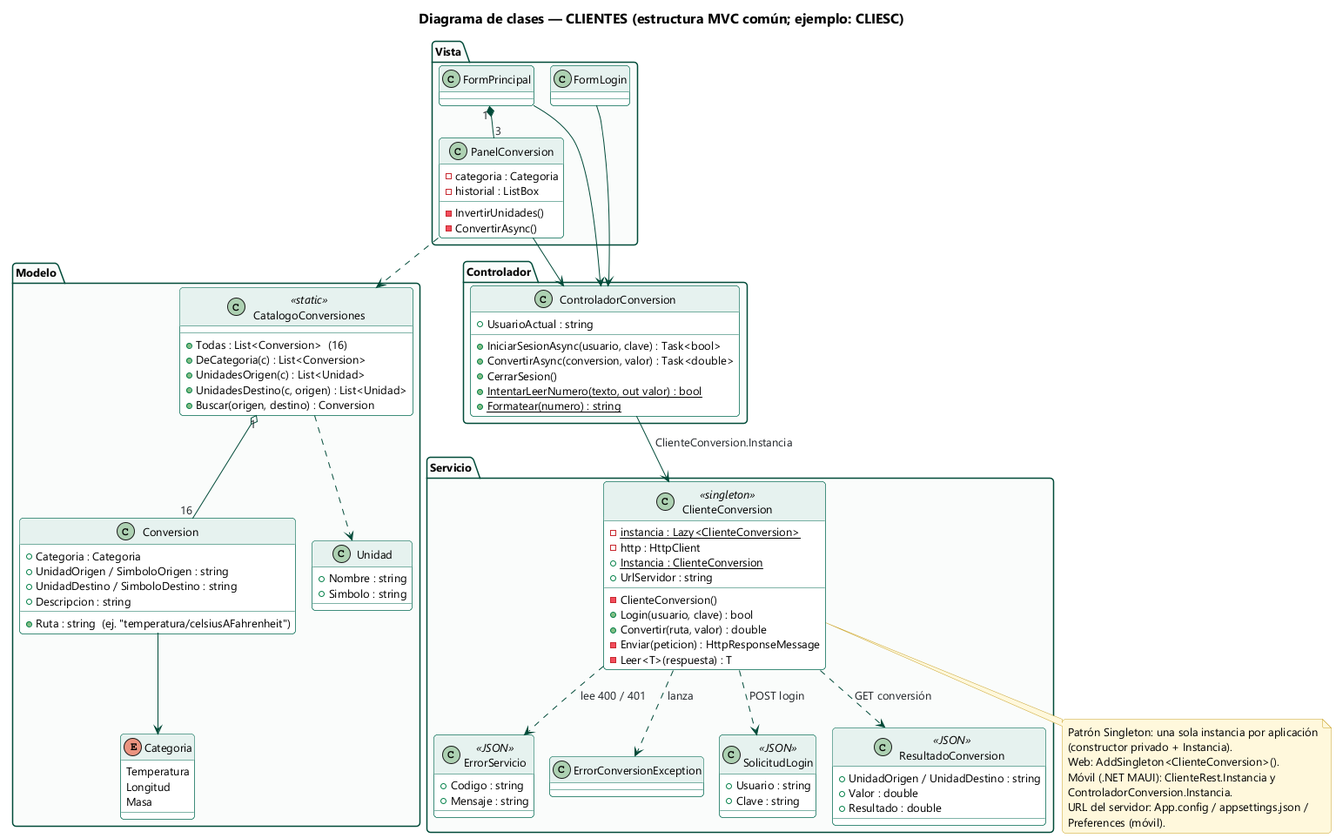
Before: 01. UML/03. DIAGRAMAS/04_CLASES/DC_Clientes.png, a diagram exported from PlantUML (jsmasapanta/TI.1.4-PAO202651_RESTFUL_DOTNET_SINBDD_NRC36884_GR01). The source it was exported from:
```plantuml
@startuml DC_Clientes
!include ../_estilo.iuml
title Diagrama de clases — CLIENTES (estructura MVC común; ejemplo: CLIESC)

package "Modelo" {
  enum Categoria {
    Temperatura
    Longitud
    Masa
  }
  class Unidad {
    + Nombre : string
    + Simbolo : string
  }
  class Conversion {
    + Categoria : Categoria
    + UnidadOrigen / SimboloOrigen : string
    + UnidadDestino / SimboloDestino : string
    + Ruta : string  (ej. "temperatura/celsiusAFahrenheit")
    + Descripcion : string
  }
  class CatalogoConversiones <<static>> {
    + Todas : List<Conversion>  (16)
    + DeCategoria(c) : List<Conversion>
    + UnidadesOrigen(c) : List<Unidad>
    + UnidadesDestino(c, origen) : List<Unidad>
    + Buscar(origen, destino) : Conversion
  }
}

package "Servicio" {
  class SolicitudLogin <<JSON>> {
    + Usuario : string
    + Clave : string
  }
  class ResultadoConversion <<JSON>> {
    + UnidadOrigen / UnidadDestino : string
    + Valor : double
    + Resultado : double
  }
  class ErrorServicio <<JSON>> {
    + Codigo : string
    + Mensaje : string
  }
  class ClienteConversion <<singleton>> {
    - {static} instancia : Lazy<ClienteConversion>
    - http : HttpClient
    + {static} Instancia : ClienteConversion
    - ClienteConversion()
    + UrlServidor : string
    + Login(usuario, clave) : bool
    + Convertir(ruta, valor) : double
    - Enviar(peticion) : HttpResponseMessage
    - Leer<T>(respuesta) : T
  }
  class ErrorConversionException
}

package "Controlador" {
  class ControladorConversion {
    + UsuarioActual : string
    + IniciarSesionAsync(usuario, clave) : Task<bool>
    + ConvertirAsync(conversion, valor) : Task<double>
    + CerrarSesion()
    + {static} IntentarLeerNumero(texto, out valor) : bool
    + {static} Formatear(numero) : string
  }
}

package "Vista" {
  class FormLogin
  class FormPrincipal
  class PanelConversion {
    - categoria : Categoria
    - historial : ListBox
    - InvertirUnidades()
    - ConvertirAsync()
  }
}

Conversion --> Categoria
CatalogoConversiones "1" o-- "16" Conversion
CatalogoConversiones ..> Unidad
ClienteConversion ..> SolicitudLogin : POST login
ClienteConversion ..> ResultadoConversion : GET conversión
ClienteConversion ..> ErrorServicio : lee 400 / 401
ClienteConversion ..> ErrorConversionException : lanza
ControladorConversion --> ClienteConversion : ClienteConversion.Instancia
FormLogin --> ControladorConversion
FormPrincipal --> ControladorConversion
FormPrincipal "1" *-- "3" PanelConversion
PanelConversion --> ControladorConversion
PanelConversion ..> CatalogoConversiones

note bottom of ClienteConversion
  Patrón Singleton: una sola instancia por aplicación
  (constructor privado + Instancia).
  Web: AddSingleton<ClienteConversion>().
  Móvil (.NET MAUI): ClienteRest.Instancia y
  ControladorConversion.Instancia.
  URL del servidor: App.config / appsettings.json /
  Preferences (móvil).
end note
@enduml
```
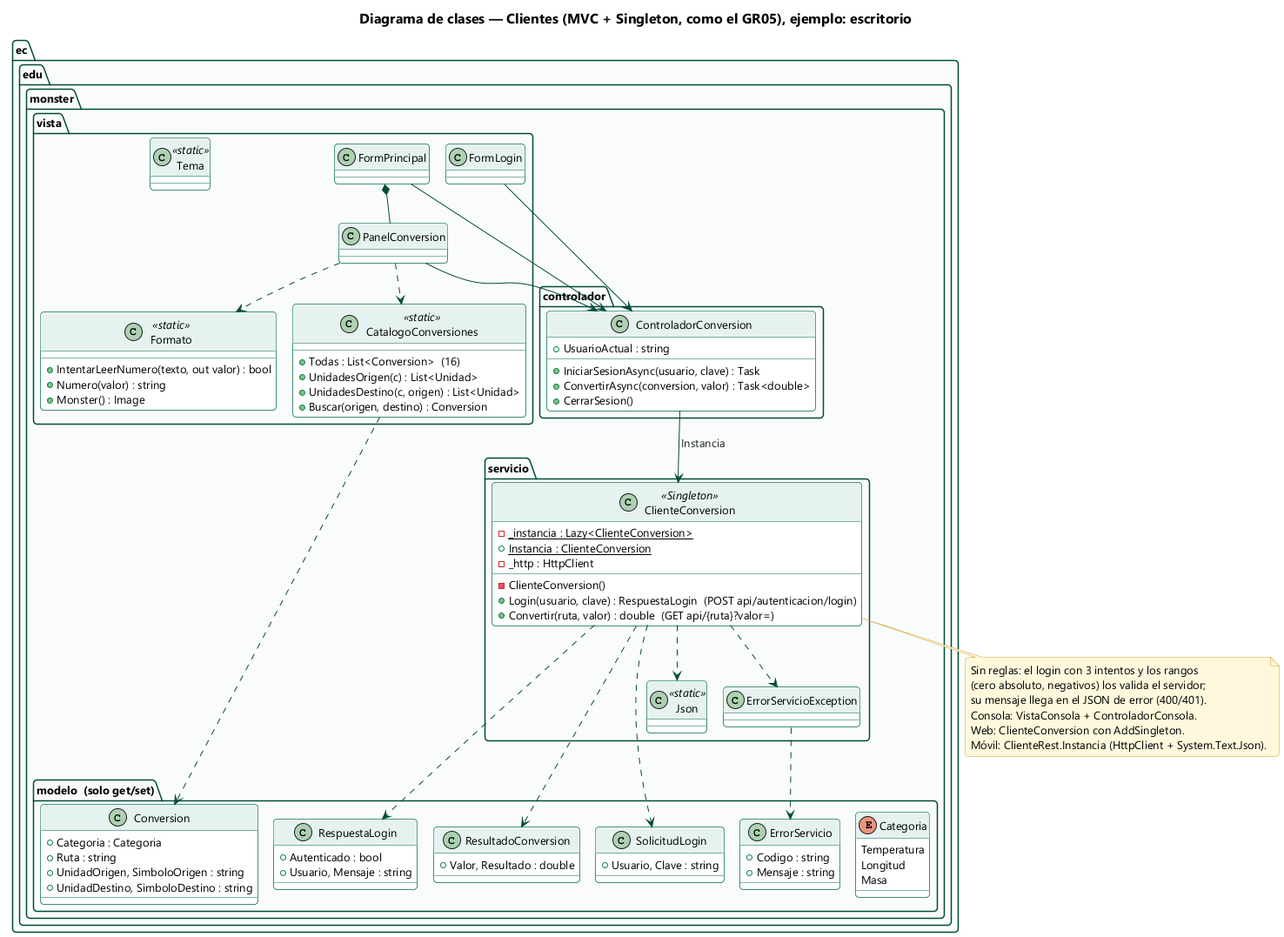
After the change.

The edit, as a diff of the source:
```diff
@@ -1,104 +1,96 @@
 @startuml DC_Clientes
 !include ../_estilo.iuml
-title Diagrama de clases — CLIENTES (estructura MVC común; ejemplo: CLIESC)
+title Diagrama de clases — Clientes (MVC + Singleton, como el GR05), ejemplo: escritorio
 
-package "Modelo" {
+package "ec.edu.monster.vista" {
+  class FormLogin
+  class FormPrincipal
+  class PanelConversion
+  class CatalogoConversiones <<static>> {
+    + Todas : List<Conversion>  (16)
+    + UnidadesOrigen(c) : List<Unidad>
+    + UnidadesDestino(c, origen) : List<Unidad>
+    + Buscar(origen, destino) : Conversion
+  }
+  class Formato <<static>> {
+    + IntentarLeerNumero(texto, out valor) : bool
+    + Numero(valor) : string
+    + Monster() : Image
+  }
+  class Tema <<static>>
+}
+
+package "ec.edu.monster.controlador" {
+  class ControladorConversion {
+    + UsuarioActual : string
+    + IniciarSesionAsync(usuario, clave) : Task
+    + ConvertirAsync(conversion, valor) : Task<double>
+    + CerrarSesion()
+  }
+}
+
+package "ec.edu.monster.servicio" {
+  class ClienteConversion <<Singleton>> {
+    - {static} _instancia : Lazy<ClienteConversion>
+    + {static} Instancia : ClienteConversion
+    - _http : HttpClient
+    - ClienteConversion()
+    + Login(usuario, clave) : RespuestaLogin  (POST api/autenticacion/login)
+    + Convertir(ruta, valor) : double  (GET api/{ruta}?valor=)
+  }
+  class ErrorServicioException
+  class Json <<static>>
+}
+
+package "ec.edu.monster.modelo  (solo get/set)" {
   enum Categoria {
     Temperatura
     Longitud
     Masa
   }
-  class Unidad {
-    + Nombre : string
-    + Simbolo : string
-  }
   class Conversion {
     + Categoria : Categoria
-    + UnidadOrigen / SimboloOrigen : string
-    + UnidadDestino / SimboloDestino : string
-    + Ruta : string  (ej. "temperatura/celsiusAFahrenheit")
-    + Descripcion : string
+    + Ruta : string
+    + UnidadOrigen, SimboloOrigen : string
+    + UnidadDestino, SimboloDestino : string
   }
-  class CatalogoConversiones <<static>> {
-    + Todas : List<Conversion>  (16)
-    + DeCategoria(c) : List<Conversion>
-    + UnidadesOrigen(c) : List<Unidad>
-    + UnidadesDestino(c, origen) : List<Unidad>
-    + Buscar(origen, destino) : Conversion
+  class SolicitudLogin {
+    + Usuario, Clave : string
+  }
+  class RespuestaLogin {
+    + Autenticado : bool
+    + Usuario, Mensaje : string
+  }
+  class ResultadoConversion {
+    + Valor, Resultado : double
+  }
+  class ErrorServicio {
+    + Codigo : string
+    + Mensaje : string
   }
 }
 
-package "Servicio" {
-  class SolicitudLogin <<JSON>> {
-    + Usuario : string
-    + Clave : string
-  }
-  class ResultadoConversion <<JSON>> {
-    + UnidadOrigen / UnidadDestino : string
-    + Valor : double
-    + Resultado : double
-  }
-  class ErrorServicio <<JSON>> {
-    + Codigo : string
-    + Mensaje : string
-  }
-  class ClienteConversion <<singleton>> {
-    - {static} instancia : Lazy<ClienteConversion>
-    - http : HttpClient
-    + {static} Instancia : ClienteConversion
-    - ClienteConversion()
-    + UrlServidor : string
-    + Login(usuario, clave) : bool
-    + Convertir(ruta, valor) : double
-    - Enviar(peticion) : HttpResponseMessage
-    - Leer<T>(respuesta) : T
-  }
-  class ErrorConversionException
-}
-
-package "Controlador" {
-  class ControladorConversion {
-    + UsuarioActual : string
-    + IniciarSesionAsync(usuario, clave) : Task<bool>
-    + ConvertirAsync(conversion, valor) : Task<double>
-    + CerrarSesion()
-    + {static} IntentarLeerNumero(texto, out valor) : bool
-    + {static} Formatear(numero) : string
-  }
-}
-
-package "Vista" {
-  class FormLogin
-  class FormPrincipal
-  class PanelConversion {
-    - categoria : Categoria
-    - historial : ListBox
-    - InvertirUnidades()
-    - ConvertirAsync()
-  }
-}
-
-Conversion --> Categoria
-CatalogoConversiones "1" o-- "16" Conversion
-CatalogoConversiones ..> Unidad
-ClienteConversion ..> SolicitudLogin : POST login
-ClienteConversion ..> ResultadoConversion : GET conversión
-ClienteConversion ..> ErrorServicio : lee 400 / 401
-ClienteConversion ..> ErrorConversionException : lanza
-ControladorConversion --> ClienteConversion : ClienteConversion.Instancia
 FormLogin --> ControladorConversion
 FormPrincipal --> ControladorConversion
-FormPrincipal "1" *-- "3" PanelConversion
+FormPrincipal *-- PanelConversion
 PanelConversion --> ControladorConversion
 PanelConversion ..> CatalogoConversiones
+PanelConversion ..> Formato
+CatalogoConversiones ..> Conversion
+ControladorConversion --> ClienteConversion : Instancia
+ClienteConversion ..> Json
+ClienteConversion ..> SolicitudLogin
+ClienteConversion ..> RespuestaLogin
+ClienteConversion ..> ResultadoConversion
+ClienteConversion ..> ErrorServicioException
+ErrorServicioException ..> ErrorServicio
 
 note bottom of ClienteConversion
-  Patrón Singleton: una sola instancia por aplicación
-  (constructor privado + Instancia).
-  Web: AddSingleton<ClienteConversion>().
-  Móvil (.NET MAUI): ClienteRest.Instancia y
-  ControladorConversion.Instancia.
-  URL del servidor: App.config / appsettings.json /
-  Preferences (móvil).
+  Sin reglas: el login con 3 intentos y los rangos
+  (cero absoluto, negativos) los valida el servidor;
+  su mensaje llega en el JSON de error (400/401).
+  Consola: VistaConsola + ControladorConsola.
+  Web: ClienteConversion con AddSingleton.
+  Móvil: ClienteRest.Instancia (HttpClient + System.Text.Json).
 end note
 @enduml
```
